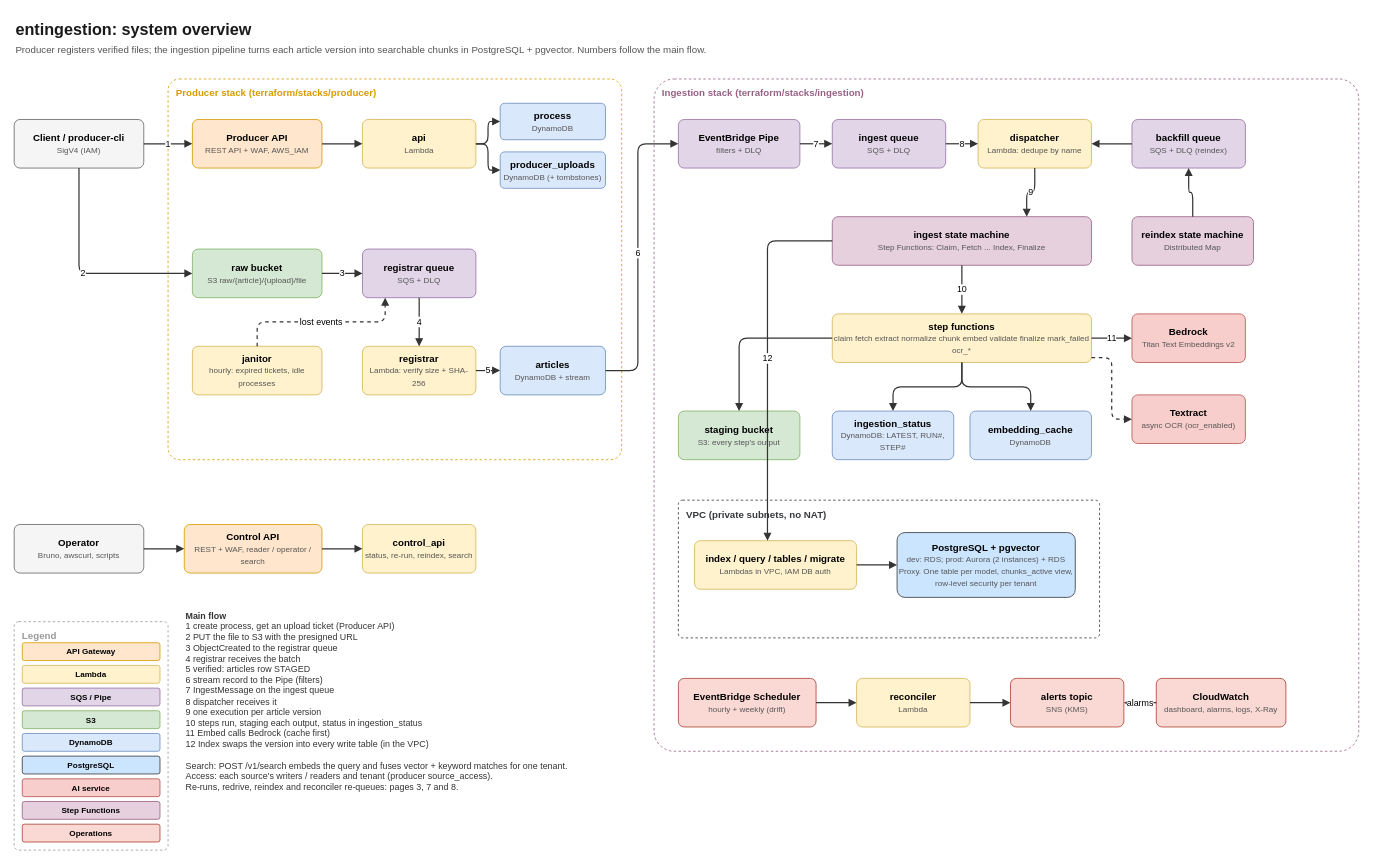
naya-tech-team/entingestion keeps this draw.io diagram as page "1. System overview" (1 of 10) of docs/diagrams/entingestion.drawio. Above is the earlier version. Source tidied: cells renumbered, new cells numbered last; positions are measured from the earlier drawing's top-left corner, leaving out a move shared by most shapes. Both pictures are drawn from the tidied source at 81%, with x=0, y=0 at pixel (14, 14).
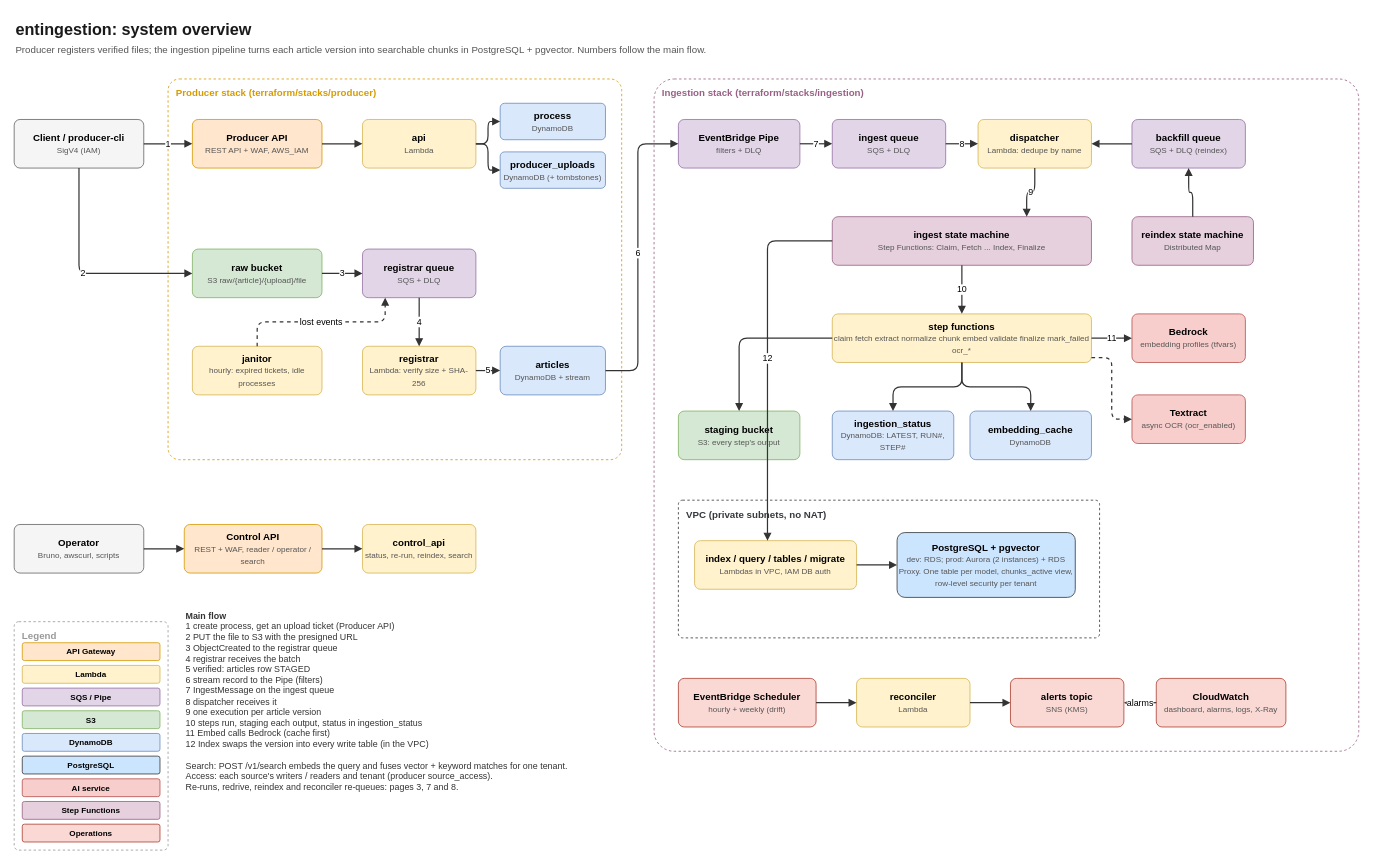
Above is the later version.

Change to the diagram source:
```diff
@@
-    <mxCell id="35" value="&lt;b&gt;Bedrock&lt;/b&gt;&lt;br&gt;&lt;font style='font-size:10px' color='#555555'&gt;Titan Text Embeddings v2&lt;/font&gt;" style="rounded=1;arcSize=12;whiteSpace=wrap;html=1;fillColor=#f8cecc;strokeColor=#b85450;fontFamily=Helvetica;fontSize=12;" parent="1" vertex="1">
+    <mxCell id="35" value="&lt;b&gt;Bedrock&lt;/b&gt;&lt;br&gt;&lt;font style='font-size:10px' color='#555555'&gt;embedding profiles (tfvars)&lt;/font&gt;" style="rounded=1;arcSize=12;whiteSpace=wrap;html=1;fillColor=#f8cecc;strokeColor=#b85450;fontFamily=Helvetica;fontSize=12;" parent="1" vertex="1">
       <mxGeometry x="1380" y="370" width="140" height="60" as="geometry" />
     </mxCell>
```
